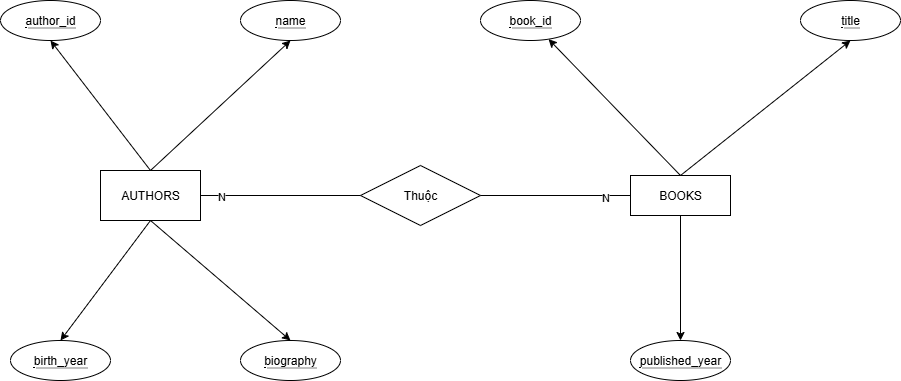
The draw.io diagram btvn1.png in HCM-KS25-CNTT5-HoangMaiPhuong/Session_1_BTVN_1, before a commit. Source tidied: cells renumbered, new cells last; positions are measured from the earlier drawing's top-left corner, leaving out a move shared by most shapes. Source of this version:
```xml
<mxGraphModel>
  <root>
    <mxCell id="0" />
    <mxCell id="1" parent="0" />
    <mxCell id="2" style="rounded=0;jettySize=auto;html=1;entryX=0.5;entryY=1;entryDx=0;entryDy=0;exitX=0.5;exitY=0;exitDx=0;exitDy=0;" parent="1" edge="1" source="6" target="12">
      <mxGeometry relative="1" as="geometry" />
    </mxCell>
    <mxCell id="3" style="rounded=0;jettySize=auto;html=1;entryX=0.5;entryY=1;entryDx=0;entryDy=0;exitX=0.5;exitY=0;exitDx=0;exitDy=0;" parent="1" edge="1" source="6" target="11">
      <mxGeometry relative="1" as="geometry" />
    </mxCell>
    <mxCell id="4" style="rounded=0;jettySize=auto;html=1;entryX=0.5;entryY=0;entryDx=0;entryDy=0;exitX=0.5;exitY=1;exitDx=0;exitDy=0;" parent="1" edge="1" source="6" target="13">
      <mxGeometry relative="1" as="geometry" />
    </mxCell>
    <mxCell id="5" style="rounded=0;jettySize=auto;html=1;entryX=0.5;entryY=0;entryDx=0;entryDy=0;exitX=0.5;exitY=1;exitDx=0;exitDy=0;" parent="1" edge="1" source="6" target="14">
      <mxGeometry relative="1" as="geometry" />
    </mxCell>
    <mxCell id="6" value="AUTHORS" style="whiteSpace=wrap;html=1;align=center;" parent="1" vertex="1">
      <mxGeometry x="100" y="170" width="100" height="50" as="geometry" />
    </mxCell>
    <mxCell id="7" style="rounded=0;jettySize=auto;html=1;exitX=0.5;exitY=0;exitDx=0;exitDy=0;" parent="1" edge="1" source="10" target="17">
      <mxGeometry relative="1" as="geometry" />
    </mxCell>
    <mxCell id="8" style="rounded=0;jettySize=auto;html=1;entryX=0.5;entryY=1;entryDx=0;entryDy=0;" parent="1" edge="1" target="16">
      <mxGeometry relative="1" as="geometry">
        <mxPoint x="680" y="175" as="sourcePoint" />
      </mxGeometry>
    </mxCell>
    <mxCell id="9" style="edgeStyle=orthogonalEdgeStyle;rounded=0;jettySize=auto;html=1;entryX=0.5;entryY=0;entryDx=0;entryDy=0;" parent="1" edge="1" source="10" target="15">
      <mxGeometry relative="1" as="geometry" />
    </mxCell>
    <mxCell id="10" value="BOOKS" style="whiteSpace=wrap;html=1;align=center;" parent="1" vertex="1">
      <mxGeometry x="630" y="175" width="100" height="40" as="geometry" />
    </mxCell>
    <mxCell id="11" value="&lt;span style=&quot;border-bottom: 1px dotted&quot;&gt;name&lt;/span&gt;" style="ellipse;whiteSpace=wrap;html=1;align=center;" parent="1" vertex="1">
      <mxGeometry x="240" width="100" height="40" as="geometry" />
    </mxCell>
    <mxCell id="12" value="&lt;span style=&quot;border-bottom: 1px dotted&quot;&gt;author_id&lt;/span&gt;" style="ellipse;whiteSpace=wrap;html=1;align=center;" parent="1" vertex="1">
      <mxGeometry width="100" height="40" as="geometry" />
    </mxCell>
    <mxCell id="13" value="&lt;span style=&quot;border-bottom: 1px dotted&quot;&gt;birth_year&lt;/span&gt;" style="ellipse;whiteSpace=wrap;html=1;align=center;" parent="1" vertex="1">
      <mxGeometry x="10" y="340" width="100" height="40" as="geometry" />
    </mxCell>
    <mxCell id="14" value="&lt;span style=&quot;border-bottom: 1px dotted&quot;&gt;biography&lt;/span&gt;" style="ellipse;whiteSpace=wrap;html=1;align=center;" parent="1" vertex="1">
      <mxGeometry x="240" y="340" width="100" height="40" as="geometry" />
    </mxCell>
    <mxCell id="15" value="&lt;span style=&quot;border-bottom: 1px dotted&quot;&gt;published_year&lt;/span&gt;" style="ellipse;whiteSpace=wrap;html=1;align=center;" parent="1" vertex="1">
      <mxGeometry x="630" y="340" width="100" height="40" as="geometry" />
    </mxCell>
    <mxCell id="16" value="&lt;span style=&quot;border-bottom: 1px dotted&quot;&gt;title&lt;/span&gt;" style="ellipse;whiteSpace=wrap;html=1;align=center;" parent="1" vertex="1">
      <mxGeometry x="800" width="100" height="40" as="geometry" />
    </mxCell>
    <mxCell id="17" value="&lt;span style=&quot;border-bottom: 1px dotted&quot;&gt;book_id&lt;/span&gt;" style="ellipse;whiteSpace=wrap;html=1;align=center;" parent="1" vertex="1">
      <mxGeometry x="480" width="100" height="40" as="geometry" />
    </mxCell>
    <mxCell id="18" value="Thuộc" style="shape=rhombus;perimeter=rhombusPerimeter;whiteSpace=wrap;html=1;align=center;" parent="1" vertex="1">
      <mxGeometry x="360" y="165" width="120" height="60" as="geometry" />
    </mxCell>
    <mxCell id="19" style="endArrow=none;html=1;rounded=0;exitX=1;exitY=0.5;exitDx=0;exitDy=0;entryX=0;entryY=0.5;entryDx=0;entryDy=0;" parent="1" edge="1" source="6" target="18">
      <mxGeometry relative="1" as="geometry" />
    </mxCell>
    <mxCell id="20" value="N" style="edgeLabel;html=1;align=center;verticalAlign=middle;" parent="19" vertex="1">
      <mxGeometry x="-0.74" relative="1" as="geometry" />
    </mxCell>
    <mxCell id="21" style="endArrow=none;html=1;rounded=0;entryX=0;entryY=0.5;entryDx=0;entryDy=0;exitX=1;exitY=0.5;exitDx=0;exitDy=0;" parent="1" edge="1" source="18" target="10">
      <mxGeometry relative="1" as="geometry" />
    </mxCell>
    <mxCell id="22" value="N" style="edgeLabel;html=1;align=center;verticalAlign=middle;" parent="21" vertex="1">
      <mxGeometry x="0.66" y="-1" relative="1" as="geometry" />
    </mxCell>
  </root>
</mxGraphModel>
```
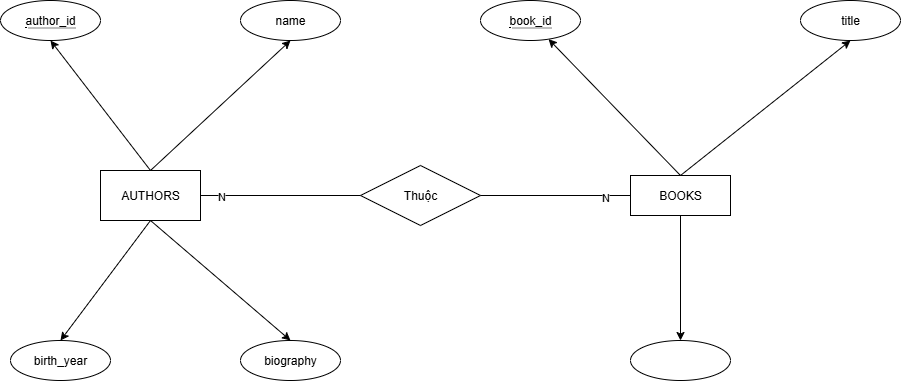
Later version of the same file.

Commit message:
update btvn1 session1

Diff of the diagram source:
```diff
@@ -31,22 +31,22 @@
     <mxCell id="10" value="BOOKS" style="whiteSpace=wrap;html=1;align=center;" parent="1" vertex="1">
       <mxGeometry x="630" y="175" width="100" height="40" as="geometry" />
     </mxCell>
-    <mxCell id="11" value="&lt;span style=&quot;border-bottom: 1px dotted&quot;&gt;name&lt;/span&gt;" style="ellipse;whiteSpace=wrap;html=1;align=center;" parent="1" vertex="1">
+    <mxCell id="11" value="name" style="ellipse;whiteSpace=wrap;html=1;align=center;" parent="1" vertex="1">
       <mxGeometry x="240" width="100" height="40" as="geometry" />
     </mxCell>
     <mxCell id="12" value="&lt;span style=&quot;border-bottom: 1px dotted&quot;&gt;author_id&lt;/span&gt;" style="ellipse;whiteSpace=wrap;html=1;align=center;" parent="1" vertex="1">
       <mxGeometry width="100" height="40" as="geometry" />
     </mxCell>
-    <mxCell id="13" value="&lt;span style=&quot;border-bottom: 1px dotted&quot;&gt;birth_year&lt;/span&gt;" style="ellipse;whiteSpace=wrap;html=1;align=center;" parent="1" vertex="1">
+    <mxCell id="13" value="birth_year" style="ellipse;whiteSpace=wrap;html=1;align=center;" parent="1" vertex="1">
       <mxGeometry x="10" y="340" width="100" height="40" as="geometry" />
     </mxCell>
-    <mxCell id="14" value="&lt;span style=&quot;border-bottom: 1px dotted&quot;&gt;biography&lt;/span&gt;" style="ellipse;whiteSpace=wrap;html=1;align=center;" parent="1" vertex="1">
+    <mxCell id="14" value="biography" style="ellipse;whiteSpace=wrap;html=1;align=center;" parent="1" vertex="1">
       <mxGeometry x="240" y="340" width="100" height="40" as="geometry" />
     </mxCell>
-    <mxCell id="15" value="&lt;span style=&quot;border-bottom: 1px dotted&quot;&gt;published_year&lt;/span&gt;" style="ellipse;whiteSpace=wrap;html=1;align=center;" parent="1" vertex="1">
+    <mxCell id="15" style="ellipse;whiteSpace=wrap;html=1;align=center;" parent="1" vertex="1">
       <mxGeometry x="630" y="340" width="100" height="40" as="geometry" />
     </mxCell>
-    <mxCell id="16" value="&lt;span style=&quot;border-bottom: 1px dotted&quot;&gt;title&lt;/span&gt;" style="ellipse;whiteSpace=wrap;html=1;align=center;" parent="1" vertex="1">
+    <mxCell id="16" value="title" style="ellipse;whiteSpace=wrap;html=1;align=center;" parent="1" vertex="1">
       <mxGeometry x="800" width="100" height="40" as="geometry" />
     </mxCell>
     <mxCell id="17" value="&lt;span style=&quot;border-bottom: 1px dotted&quot;&gt;book_id&lt;/span&gt;" style="ellipse;whiteSpace=wrap;html=1;align=center;" parent="1" vertex="1">
```
